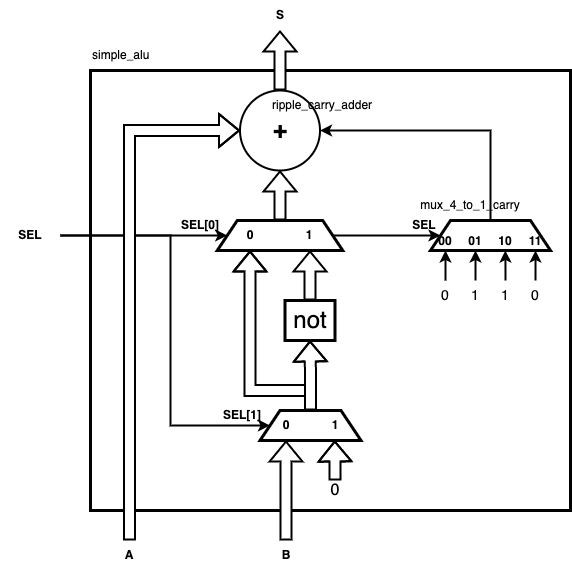
Above: assets/images/2021-12-21-verilogHDL_chapter3_combinational_logic/시스템_반도체_설계_3장-figure_21.drawio.png in ParkDongho/ParkDongho.github.io (draw.io), before the change. Source tidied: cells renumbered, new cells last; positions are measured from the earlier drawing's top-left corner, leaving out a move shared by most shapes.
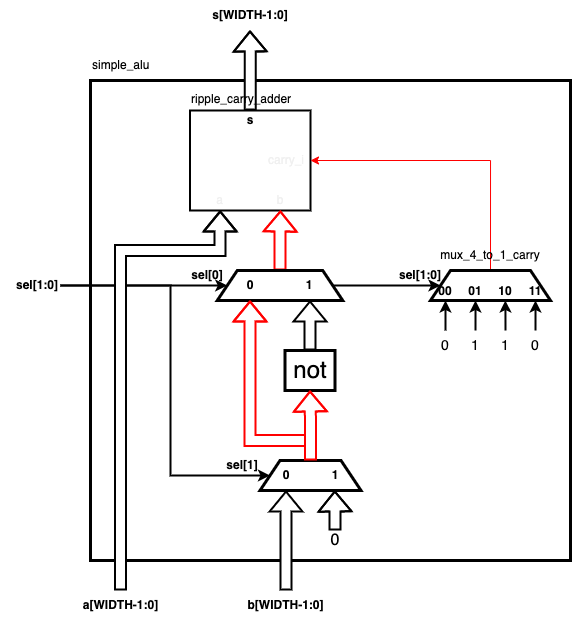
Later version of the same file.

Change to the diagram source:
```diff
@@ -3,33 +3,26 @@
     <mxCell id="0" />
     <mxCell id="1" parent="0" />
     <mxCell id="2" style="rounded=0;whiteSpace=wrap;html=1;fontSize=24;strokeWidth=3;fillColor=none;" parent="1" vertex="1">
-      <mxGeometry x="90" y="70" width="480" height="440" as="geometry" />
+      <mxGeometry x="90" y="30" width="480" height="480" as="geometry" />
     </mxCell>
+    <mxCell id="47" style="rounded=0;whiteSpace=wrap;html=1;labelBackgroundColor=none;fontSize=12;fontColor=#F0F0F0;strokeColor=default;fillColor=none;strokeWidth=2;" parent="1" vertex="1">
+      <mxGeometry x="189.5" y="60" width="120.5" height="100" as="geometry" />
+    </mxCell>
-    <mxCell id="3" style="edgeStyle=orthogonalEdgeStyle;rounded=0;jettySize=auto;html=1;exitX=0.5;exitY=0;exitDx=0;exitDy=0;fontSize=12;startArrow=none;startFill=0;endArrow=classic;endFill=1;strokeWidth=2;shape=flexArrow;fillColor=default;entryX=0.5;entryY=1;entryDx=0;entryDy=0;" parent="1" edge="1" source="4" target="8">
+    <mxCell id="3" style="edgeStyle=orthogonalEdgeStyle;rounded=0;jettySize=auto;html=1;exitX=0.5;exitY=0;exitDx=0;exitDy=0;fontSize=12;startArrow=none;startFill=0;endArrow=classic;endFill=1;strokeWidth=2;shape=flexArrow;fillColor=default;entryX=0.5;entryY=1;entryDx=0;entryDy=0;" parent="1" edge="1" source="47" target="8">
       <mxGeometry relative="1" as="geometry" />
     </mxCell>
-    <mxCell id="4" value="+" style="ellipse;whiteSpace=wrap;html=1;fontSize=24;strokeWidth=2;fillColor=none;fontStyle=1;" parent="1" vertex="1">
-      <mxGeometry x="239.5" y="90" width="80" height="80" as="geometry" />
-    </mxCell>
-    <mxCell id="5" value="A" style="text;html=1;strokeColor=none;fillColor=none;align=center;verticalAlign=middle;whiteSpace=wrap;rounded=0;fontSize=12;fontStyle=1;" parent="1" vertex="1">
-      <mxGeometry x="99" y="540" width="60" height="30" as="geometry" />
+    <mxCell id="5" value="a[WIDTH-1:0]" style="text;html=1;strokeColor=none;fillColor=none;align=center;verticalAlign=middle;whiteSpace=wrap;rounded=0;fontSize=12;fontStyle=1;" parent="1" vertex="1">
+      <mxGeometry x="50.5" y="540" width="139" height="30" as="geometry" />
     </mxCell>
     <mxCell id="6" style="edgeStyle=orthogonalEdgeStyle;shape=flexArrow;rounded=0;jettySize=auto;html=1;exitX=0.5;exitY=0;exitDx=0;exitDy=0;entryX=0.5;entryY=1;entryDx=0;entryDy=0;fontSize=12;startArrow=none;startFill=0;endArrow=classic;endFill=1;strokeColor=default;strokeWidth=2;fillColor=default;" parent="1" edge="1" source="7" target="40">
       <mxGeometry relative="1" as="geometry" />
     </mxCell>
-    <mxCell id="7" value="B" style="text;html=1;strokeColor=none;fillColor=none;align=center;verticalAlign=middle;whiteSpace=wrap;rounded=0;fontSize=12;fontStyle=1;" parent="1" vertex="1">
-      <mxGeometry x="255.5" y="540" width="60" height="30" as="geometry" />
+    <mxCell id="7" value="b[WIDTH-1:0]" style="text;html=1;strokeColor=none;fillColor=none;align=center;verticalAlign=middle;whiteSpace=wrap;rounded=0;fontSize=12;fontStyle=1;" parent="1" vertex="1">
+      <mxGeometry x="233.2" y="540" width="104.5" height="30" as="geometry" />
     </mxCell>
-    <mxCell id="8" value="S" style="text;html=1;strokeColor=none;fillColor=none;align=center;verticalAlign=middle;whiteSpace=wrap;rounded=0;fontSize=12;fontStyle=1;" parent="1" vertex="1">
-      <mxGeometry x="264.5" width="30" height="30" as="geometry" />
+    <mxCell id="8" value="s[WIDTH-1:0]" style="text;html=1;strokeColor=none;fillColor=none;align=center;verticalAlign=middle;whiteSpace=wrap;rounded=0;fontSize=12;fontStyle=1;" parent="1" vertex="1">
+      <mxGeometry x="176.8" y="-50" width="145.5" height="30" as="geometry" />
     </mxCell>
-    <mxCell id="9" style="edgeStyle=orthogonalEdgeStyle;rounded=0;jettySize=auto;html=1;exitX=0.5;exitY=0;exitDx=0;exitDy=0;entryX=1;entryY=0.5;entryDx=0;entryDy=0;fontSize=24;startArrow=none;startFill=0;endArrow=classic;endFill=1;strokeWidth=2;fillColor=default;" parent="1" edge="1" source="12" target="4">
-      <mxGeometry relative="1" as="geometry">
-        <Array as="points">
-          <mxPoint x="490" y="130" />
-        </Array>
-      </mxGeometry>
-    </mxCell>
     <mxCell id="10" style="edgeStyle=orthogonalEdgeStyle;rounded=0;jettySize=auto;html=1;exitX=0.5;exitY=0;exitDx=0;exitDy=0;fontSize=24;startArrow=none;startFill=0;endArrow=classic;endFill=1;strokeWidth=2;fillColor=default;" parent="1" edge="1" source="11">
       <mxGeometry relative="1" as="geometry">
         <mxPoint x="445" y="250" as="targetPoint" />
@@ -38,6 +31,9 @@
     <mxCell id="11" value="0" style="text;html=1;strokeColor=none;fillColor=none;align=center;verticalAlign=middle;whiteSpace=wrap;rounded=0;fontSize=14;" parent="1" vertex="1">
       <mxGeometry x="430" y="280" width="30" height="30" as="geometry" />
     </mxCell>
+    <mxCell id="48" style="edgeStyle=orthogonalEdgeStyle;rounded=0;jettySize=auto;html=1;exitX=0.5;exitY=0;exitDx=0;exitDy=0;entryX=1;entryY=0.5;entryDx=0;entryDy=0;fontSize=12;fontColor=#F0F0F0;strokeColor=#FF0000;" parent="1" edge="1" source="12" target="47">
+      <mxGeometry relative="1" as="geometry" />
+    </mxCell>
     <mxCell id="12" style="shape=trapezoid;perimeter=trapezoidPerimeter;whiteSpace=wrap;html=1;fixedSize=1;fontSize=24;strokeWidth=3;fillColor=none;" parent="1" vertex="1">
       <mxGeometry x="430" y="220" width="120" height="30" as="geometry" />
     </mxCell>
@@ -68,7 +64,7 @@
     <mxCell id="19" style="edgeStyle=orthogonalEdgeStyle;rounded=0;jettySize=auto;html=1;exitX=1;exitY=0.5;exitDx=0;exitDy=0;entryX=0;entryY=0.5;entryDx=0;entryDy=0;fontSize=24;startArrow=none;startFill=0;endArrow=classic;endFill=1;strokeWidth=2;fillColor=default;" parent="1" edge="1" source="21" target="12">
       <mxGeometry relative="1" as="geometry" />
     </mxCell>
-    <mxCell id="20" style="edgeStyle=orthogonalEdgeStyle;shape=flexArrow;rounded=0;jettySize=auto;html=1;exitX=0.5;exitY=0;exitDx=0;exitDy=0;entryX=0.5;entryY=1;entryDx=0;entryDy=0;fontSize=12;startArrow=none;startFill=0;endArrow=classic;endFill=1;strokeColor=default;strokeWidth=2;fillColor=default;" parent="1" edge="1" source="21" target="4">
+    <mxCell id="20" style="edgeStyle=orthogonalEdgeStyle;shape=flexArrow;rounded=0;jettySize=auto;html=1;exitX=0.5;exitY=0;exitDx=0;exitDy=0;fontSize=12;startArrow=none;startFill=0;endArrow=classic;endFill=1;strokeColor=#FF0000;strokeWidth=2;fillColor=default;entryX=0.75;entryY=1;entryDx=0;entryDy=0;" parent="1" edge="1" source="21" target="47">
       <mxGeometry relative="1" as="geometry" />
     </mxCell>
     <mxCell id="21" style="shape=trapezoid;perimeter=trapezoidPerimeter;whiteSpace=wrap;html=1;fixedSize=1;fontSize=24;strokeWidth=3;fillColor=none;" parent="1" vertex="1">
@@ -101,7 +97,7 @@
         </Array>
       </mxGeometry>
     </mxCell>
-    <mxCell id="28" value="SEL" style="text;html=1;strokeColor=none;fillColor=none;align=center;verticalAlign=middle;whiteSpace=wrap;rounded=0;fontSize=12;fontStyle=1;" parent="1" vertex="1">
+    <mxCell id="28" value="sel[1:0]" style="text;html=1;strokeColor=none;fillColor=none;align=right;verticalAlign=middle;whiteSpace=wrap;rounded=0;fontSize=12;fontStyle=1;" parent="1" vertex="1">
       <mxGeometry y="220" width="60" height="30" as="geometry" />
     </mxCell>
     <mxCell id="29" value="0" style="text;html=1;strokeColor=none;fillColor=none;align=center;verticalAlign=middle;whiteSpace=wrap;rounded=0;fontSize=12;fontStyle=1;" parent="1" vertex="1">
@@ -123,15 +119,15 @@
       <mxGeometry x="520" y="226" width="30" height="30" as="geometry" />
     </mxCell>
     <mxCell id="35" value="mux_4_to_1_carry" style="text;html=1;strokeColor=none;fillColor=none;align=center;verticalAlign=middle;whiteSpace=wrap;rounded=0;fontSize=12;" parent="1" vertex="1">
-      <mxGeometry x="440" y="190" width="60" height="30" as="geometry" />
+      <mxGeometry x="460" y="190" width="60" height="30" as="geometry" />
     </mxCell>
     <mxCell id="36" value="ripple_carry_adder" style="text;html=1;strokeColor=none;fillColor=none;align=left;verticalAlign=middle;whiteSpace=wrap;rounded=0;fontSize=12;" parent="1" vertex="1">
-      <mxGeometry x="270" y="90" width="60" height="30" as="geometry" />
+      <mxGeometry x="189.2" y="34" width="120.8" height="30" as="geometry" />
     </mxCell>
     <mxCell id="37" value="simple_alu" style="text;html=1;strokeColor=none;fillColor=none;align=left;verticalAlign=middle;whiteSpace=wrap;rounded=0;fontSize=12;" parent="1" vertex="1">
-      <mxGeometry x="90" y="40" width="60" height="30" as="geometry" />
+      <mxGeometry x="90" width="60" height="30" as="geometry" />
     </mxCell>
-    <mxCell id="38" style="edgeStyle=orthogonalEdgeStyle;shape=flexArrow;rounded=0;jettySize=auto;html=1;exitX=0.5;exitY=0;exitDx=0;exitDy=0;entryX=0.5;entryY=1;entryDx=0;entryDy=0;fontSize=12;startArrow=none;startFill=0;endArrow=classic;endFill=1;strokeColor=default;strokeWidth=2;fillColor=default;" parent="1" edge="1" source="39" target="29">
+    <mxCell id="38" style="edgeStyle=orthogonalEdgeStyle;shape=flexArrow;rounded=0;jettySize=auto;html=1;exitX=0.5;exitY=0;exitDx=0;exitDy=0;entryX=0.5;entryY=1;entryDx=0;entryDy=0;fontSize=12;startArrow=none;startFill=0;endArrow=classic;endFill=1;strokeColor=#FF0000;strokeWidth=2;fillColor=default;" parent="1" edge="1" source="39" target="29">
       <mxGeometry relative="1" as="geometry">
         <Array as="points">
           <mxPoint x="310" y="390" />
@@ -148,20 +144,37 @@
     <mxCell id="41" value="1" style="text;html=1;strokeColor=none;fillColor=none;align=center;verticalAlign=middle;whiteSpace=wrap;rounded=0;fontSize=12;fontStyle=1;" parent="1" vertex="1">
       <mxGeometry x="319.5" y="410" width="30" height="30" as="geometry" />
     </mxCell>
-    <mxCell id="42" value="SEL[0]" style="text;html=1;strokeColor=none;fillColor=none;align=center;verticalAlign=middle;whiteSpace=wrap;rounded=0;fontSize=12;fontStyle=1;" parent="1" vertex="1">
-      <mxGeometry x="170" y="210" width="60" height="30" as="geometry" />
+    <mxCell id="42" value="sel[0]" style="text;html=1;strokeColor=none;fillColor=none;align=center;verticalAlign=middle;whiteSpace=wrap;rounded=0;fontSize=12;fontStyle=1;" parent="1" vertex="1">
+      <mxGeometry x="176.8" y="210" width="60" height="30" as="geometry" />
     </mxCell>
-    <mxCell id="43" value="SEL[1]" style="text;html=1;strokeColor=none;fillColor=none;align=center;verticalAlign=middle;whiteSpace=wrap;rounded=0;fontSize=12;fontStyle=1;" parent="1" vertex="1">
+    <mxCell id="43" value="sel[1]" style="text;html=1;strokeColor=none;fillColor=none;align=center;verticalAlign=middle;whiteSpace=wrap;rounded=0;fontSize=12;fontStyle=1;" parent="1" vertex="1">
       <mxGeometry x="211.5" y="400" width="60" height="30" as="geometry" />
     </mxCell>
-    <mxCell id="44" value="SEL" style="text;html=1;strokeColor=none;fillColor=none;align=center;verticalAlign=middle;whiteSpace=wrap;rounded=0;fontSize=12;fontStyle=1;" parent="1" vertex="1">
-      <mxGeometry x="394" y="210" width="60" height="30" as="geometry" />
+    <mxCell id="44" value="sel[1:0]" style="text;html=1;strokeColor=none;fillColor=none;align=center;verticalAlign=middle;whiteSpace=wrap;rounded=0;fontSize=12;fontStyle=1;" parent="1" vertex="1">
+      <mxGeometry x="390" y="210" width="60" height="30" as="geometry" />
     </mxCell>
-    <mxCell id="45" style="edgeStyle=orthogonalEdgeStyle;shape=flexArrow;rounded=0;jettySize=auto;html=1;exitX=0.5;exitY=0;exitDx=0;exitDy=0;entryX=0.5;entryY=1;entryDx=0;entryDy=0;fontSize=24;startArrow=none;startFill=0;endArrow=classic;endFill=1;strokeWidth=2;fillColor=default;" parent="1" edge="1" source="39" target="23">
+    <mxCell id="45" style="edgeStyle=orthogonalEdgeStyle;shape=flexArrow;rounded=0;jettySize=auto;html=1;exitX=0.5;exitY=0;exitDx=0;exitDy=0;entryX=0.5;entryY=1;entryDx=0;entryDy=0;fontSize=24;startArrow=none;startFill=0;endArrow=classic;endFill=1;strokeWidth=2;fillColor=default;strokeColor=#FF0000;" parent="1" edge="1" source="39" target="23">
       <mxGeometry relative="1" as="geometry" />
     </mxCell>
-    <mxCell id="46" style="edgeStyle=orthogonalEdgeStyle;shape=flexArrow;rounded=0;jettySize=auto;html=1;exitX=0.5;exitY=0;exitDx=0;exitDy=0;entryX=0;entryY=0.5;entryDx=0;entryDy=0;fontSize=12;startArrow=none;startFill=0;endArrow=classic;endFill=1;strokeWidth=2;fillColor=default;" parent="1" edge="1" source="5" target="4">
-      <mxGeometry relative="1" as="geometry" />
+    <mxCell id="46" style="edgeStyle=orthogonalEdgeStyle;shape=flexArrow;rounded=0;jettySize=auto;html=1;exitX=0.5;exitY=0;exitDx=0;exitDy=0;entryX=0.25;entryY=1;entryDx=0;entryDy=0;fontSize=12;startArrow=none;startFill=0;endArrow=classic;endFill=1;strokeWidth=2;fillColor=default;" parent="1" edge="1" source="5" target="47">
+      <mxGeometry relative="1" as="geometry">
+        <Array as="points">
+          <mxPoint x="120" y="200" />
+          <mxPoint x="219" y="200" />
+        </Array>
+      </mxGeometry>
     </mxCell>
+    <mxCell id="49" value="a" style="text;html=1;strokeColor=none;fillColor=none;align=center;verticalAlign=middle;whiteSpace=wrap;rounded=0;labelBackgroundColor=none;fontSize=12;fontColor=#F0F0F0;" parent="1" vertex="1">
+      <mxGeometry x="204" y="135" width="30.5" height="30" as="geometry" />
+    </mxCell>
+    <mxCell id="50" value="b" style="text;html=1;strokeColor=none;fillColor=none;align=center;verticalAlign=middle;whiteSpace=wrap;rounded=0;labelBackgroundColor=none;fontSize=12;fontColor=#F0F0F0;" parent="1" vertex="1">
+      <mxGeometry x="249.5" y="135" width="60" height="30" as="geometry" />
+    </mxCell>
+    <mxCell id="51" value="carry_i" style="text;html=1;strokeColor=none;fillColor=none;align=center;verticalAlign=middle;whiteSpace=wrap;rounded=0;labelBackgroundColor=none;fontSize=12;fontColor=#F0F0F0;" parent="1" vertex="1">
+      <mxGeometry x="255.5" y="95" width="60" height="30" as="geometry" />
+    </mxCell>
+    <mxCell id="52" value="s" style="text;html=1;strokeColor=none;fillColor=none;align=center;verticalAlign=middle;whiteSpace=wrap;rounded=0;fontSize=12;fontStyle=1;" parent="1" vertex="1">
+      <mxGeometry x="234.8" y="55" width="30" height="30" as="geometry" />
+    </mxCell>
   </root>
 </mxGraphModel>
```
